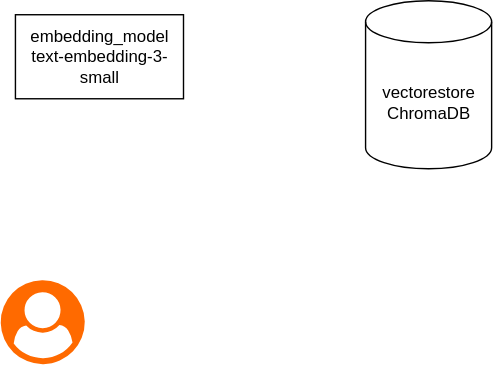
The draw.io diagram enterprise-support-copilot/docs/rag_eval.drawio.svg in AnekVicky/applied_ai, before a commit. Source tidied: cells renumbered, new cells last; positions are measured from the earlier drawing's top-left corner, leaving out a move shared by most shapes.
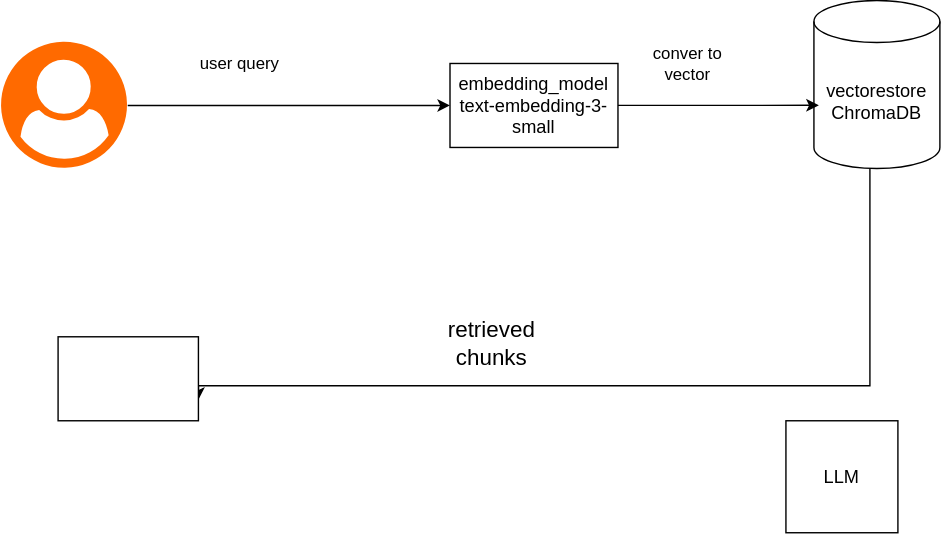
After the commit.

What changed in the source:
```diff
@@ -2,14 +2,42 @@
   <root>
     <mxCell id="0" />
     <mxCell id="1" parent="0" />
-    <mxCell id="2" value="embedding_model&lt;br&gt;text-embedding-3-small" style="rounded=0;whiteSpace=wrap;html=1;" parent="1" vertex="1">
-      <mxGeometry x="9.5" y="10" width="120" height="60" as="geometry" />
+    <mxCell id="2" value="&lt;font style=&quot;font-size: 13px;&quot;&gt;embedding_model&lt;br&gt;text-embedding-3-small&lt;/font&gt;" style="rounded=0;whiteSpace=wrap;html=1;" parent="1" vertex="1">
+      <mxGeometry x="159" y="-15.3" width="120" height="60" as="geometry" />
     </mxCell>
+    <mxCell id="5" style="edgeStyle=orthogonalEdgeStyle;rounded=0;jettySize=auto;html=1;entryX=1;entryY=0.75;entryDx=0;entryDy=0;" parent="1" edge="1" source="3" target="11">
+      <mxGeometry relative="1" as="geometry">
+        <Array as="points">
+          <mxPoint x="459" y="215" />
+        </Array>
+      </mxGeometry>
+    </mxCell>
-    <mxCell id="3" value="vectorestore&lt;br&gt;ChromaDB" style="shape=cylinder3;whiteSpace=wrap;html=1;boundedLbl=1;backgroundOutline=1;size=15;" parent="1" vertex="1">
-      <mxGeometry x="259.5" width="90" height="120" as="geometry" />
+    <mxCell id="3" value="&lt;font style=&quot;font-size: 13px;&quot;&gt;vectorestore&lt;br&gt;ChromaDB&lt;/font&gt;" style="shape=cylinder3;whiteSpace=wrap;html=1;boundedLbl=1;backgroundOutline=1;size=15;" parent="1" vertex="1">
+      <mxGeometry x="419" y="-60.3" width="90" height="120" as="geometry" />
     </mxCell>
+    <mxCell id="6" style="edgeStyle=orthogonalEdgeStyle;rounded=0;jettySize=auto;html=1;entryX=0;entryY=0.5;entryDx=0;entryDy=0;" parent="1" edge="1" source="4" target="2">
+      <mxGeometry relative="1" as="geometry" />
+    </mxCell>
     <mxCell id="4" style="points=[];html=1;align=center;shadow=0;dashed=0;fillColor=#FF6A00;strokeColor=none;shape=mxgraph.alibaba_cloud.user;rotation=-91;direction=south;" parent="1" vertex="1">
-      <mxGeometry x="-0.5" y="200" width="60" height="60" as="geometry" />
+      <mxGeometry x="-161.3" y="-30.3" width="90" height="90" as="geometry" />
     </mxCell>
+    <mxCell id="7" value="&lt;font style=&quot;font-size: 13px;&quot;&gt;LLM&lt;/font&gt;" style="whiteSpace=wrap;html=1;" parent="1" vertex="1">
+      <mxGeometry x="399" y="240" width="80" height="80" as="geometry" />
+    </mxCell>
+    <mxCell id="8" style="edgeStyle=orthogonalEdgeStyle;rounded=0;jettySize=auto;html=1;entryX=0.039;entryY=0.624;entryDx=0;entryDy=0;entryPerimeter=0;" parent="1" edge="1" source="2" target="3">
+      <mxGeometry relative="1" as="geometry" />
+    </mxCell>
+    <mxCell id="9" value="user query" style="text;html=1;whiteSpace=wrap;strokeColor=none;fillColor=none;align=center;verticalAlign=middle;rounded=0;" parent="1" vertex="1">
+      <mxGeometry x="-21" y="-30.3" width="60" height="30" as="geometry" />
+    </mxCell>
+    <mxCell id="10" value="conver to vector" style="text;html=1;whiteSpace=wrap;strokeColor=none;fillColor=none;align=center;verticalAlign=middle;rounded=0;" parent="1" vertex="1">
+      <mxGeometry x="299" y="-30" width="60" height="30" as="geometry" />
+    </mxCell>
+    <mxCell id="11" style="rounded=0;whiteSpace=wrap;html=1;" parent="1" vertex="1">
+      <mxGeometry x="-121" y="180" width="100.3" height="60" as="geometry" />
+    </mxCell>
+    <mxCell id="12" value="&lt;font style=&quot;font-size: 16px;&quot;&gt;retrieved chunks&lt;/font&gt;" style="text;html=1;whiteSpace=wrap;strokeColor=none;fillColor=none;align=center;verticalAlign=middle;rounded=0;" parent="1" vertex="1">
+      <mxGeometry x="159" y="170" width="60" height="30" as="geometry" />
+    </mxCell>
   </root>
 </mxGraphModel>
```
